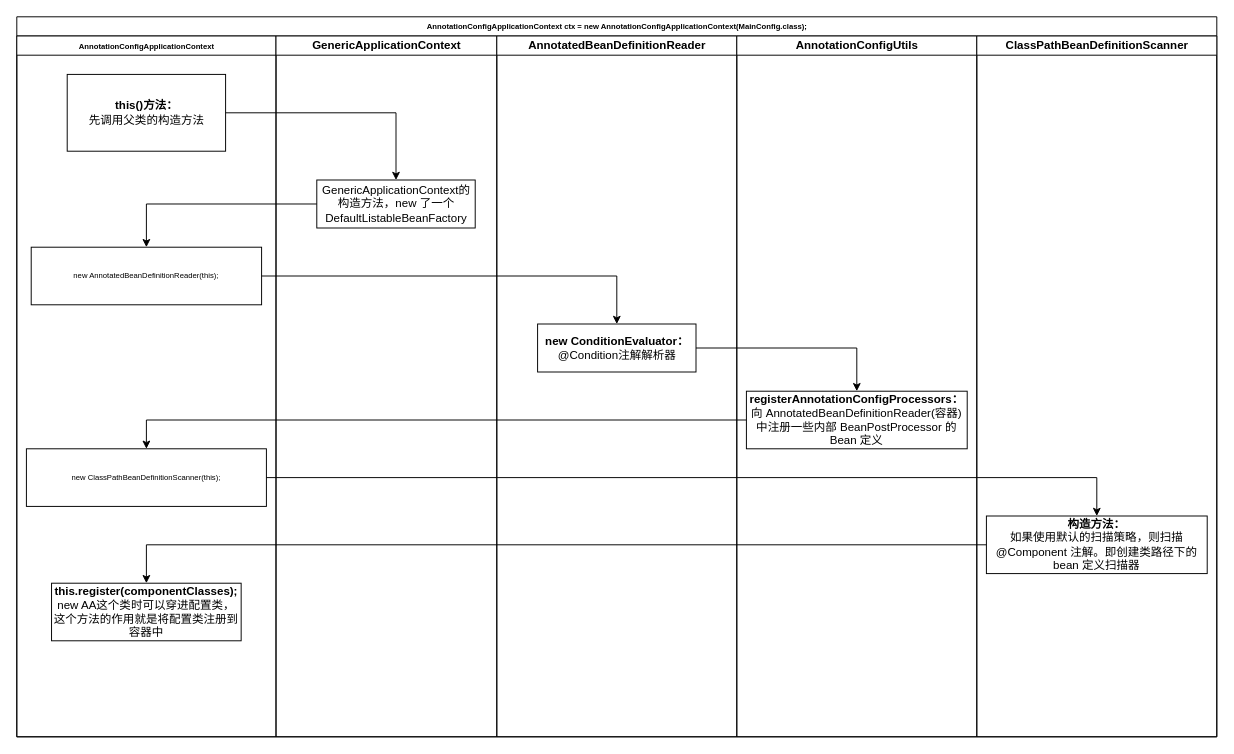
Above: 未命名绘图.drawio in Laspiirinne/PSO (draw.io), before the change. Source tidied: cells renumbered, new cells numbered last; positions are measured from the earlier drawing's top-left corner, leaving out a move shared by most shapes. Both pictures are drawn from the tidied source at 96%, with x=0, y=0 at pixel (16, 16).
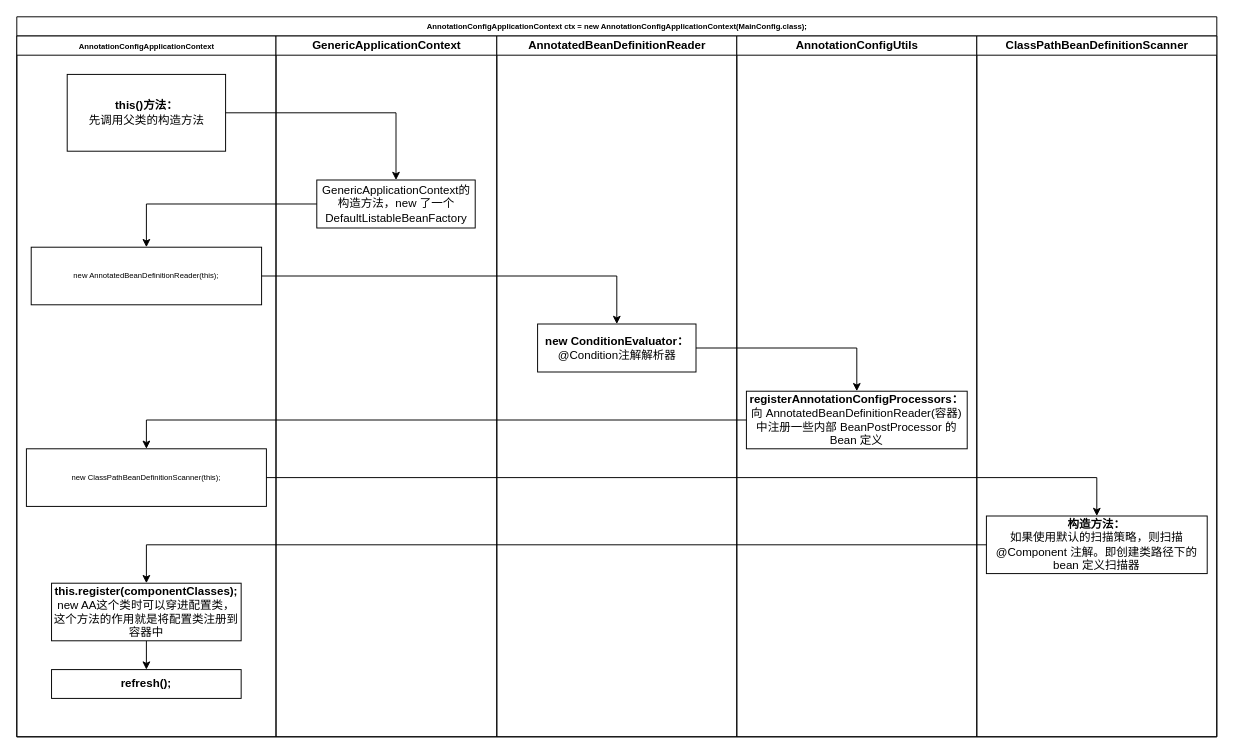
The same page after the edit.

Commit message (it also covers changes not shown here):
更新未命名绘图.drawio

The change refers to these unchanged cells:
```xml
<mxCell id="3" value="&lt;strong style=&quot;text-align: start;&quot;&gt;&lt;font style=&quot;font-size: 8px;&quot;&gt;AnnotationConfigApplicationContext&lt;/font&gt;&lt;/strong&gt;" style="swimlane;html=1;startSize=20;" parent="2" vertex="1">
  <mxGeometry y="20" width="270" height="730" as="geometry" />
</mxCell>
<mxCell id="7" value="&lt;b&gt;this.register(componentClasses);&lt;/b&gt;&lt;br&gt;new AA这个类时可以穿进配置类，这个方法的作用就是将配置类注册到容器中" style="rounded=0;whiteSpace=wrap;html=1;" parent="3" vertex="1">
  <mxGeometry x="36.2" y="570" width="197.5" height="60" as="geometry" />
</mxCell>
```

Change to the diagram source:
```diff
@@
+    <mxCell id="23" style="edgeStyle=orthogonalEdgeStyle;rounded=0;jettySize=auto;html=1;entryX=0.5;entryY=0;entryDx=0;entryDy=0;" parent="3" edge="1" source="7" target="24">
+      <mxGeometry relative="1" as="geometry" />
+    </mxCell>
@@
+    <mxCell id="24" value="&lt;b&gt;refresh();&lt;/b&gt;" style="rounded=0;whiteSpace=wrap;html=1;" parent="3" vertex="1">
+      <mxGeometry x="36.2" y="660" width="197.5" height="30" as="geometry" />
+    </mxCell>
```
